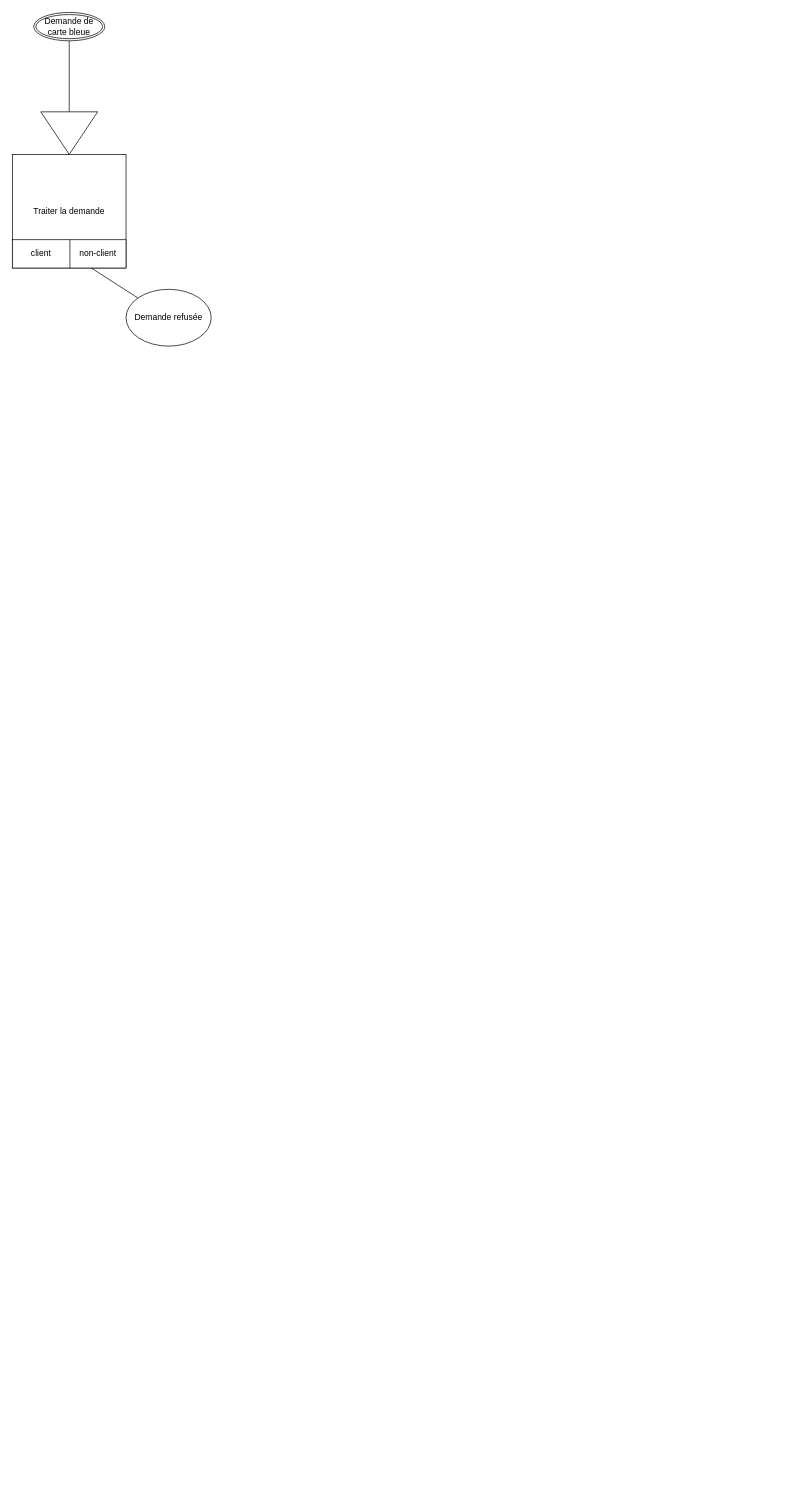
This is Untitled Diagram.drawio from anthony-tron/prod-appli-td1, a draw.io file, before an edit. Source tidied: cells renumbered, new cells numbered last; positions are measured from the earlier drawing's top-left corner, leaving out a move shared by most shapes. Both pictures are drawn from the tidied source at 71%, with x=0, y=0 at pixel (12, 12).
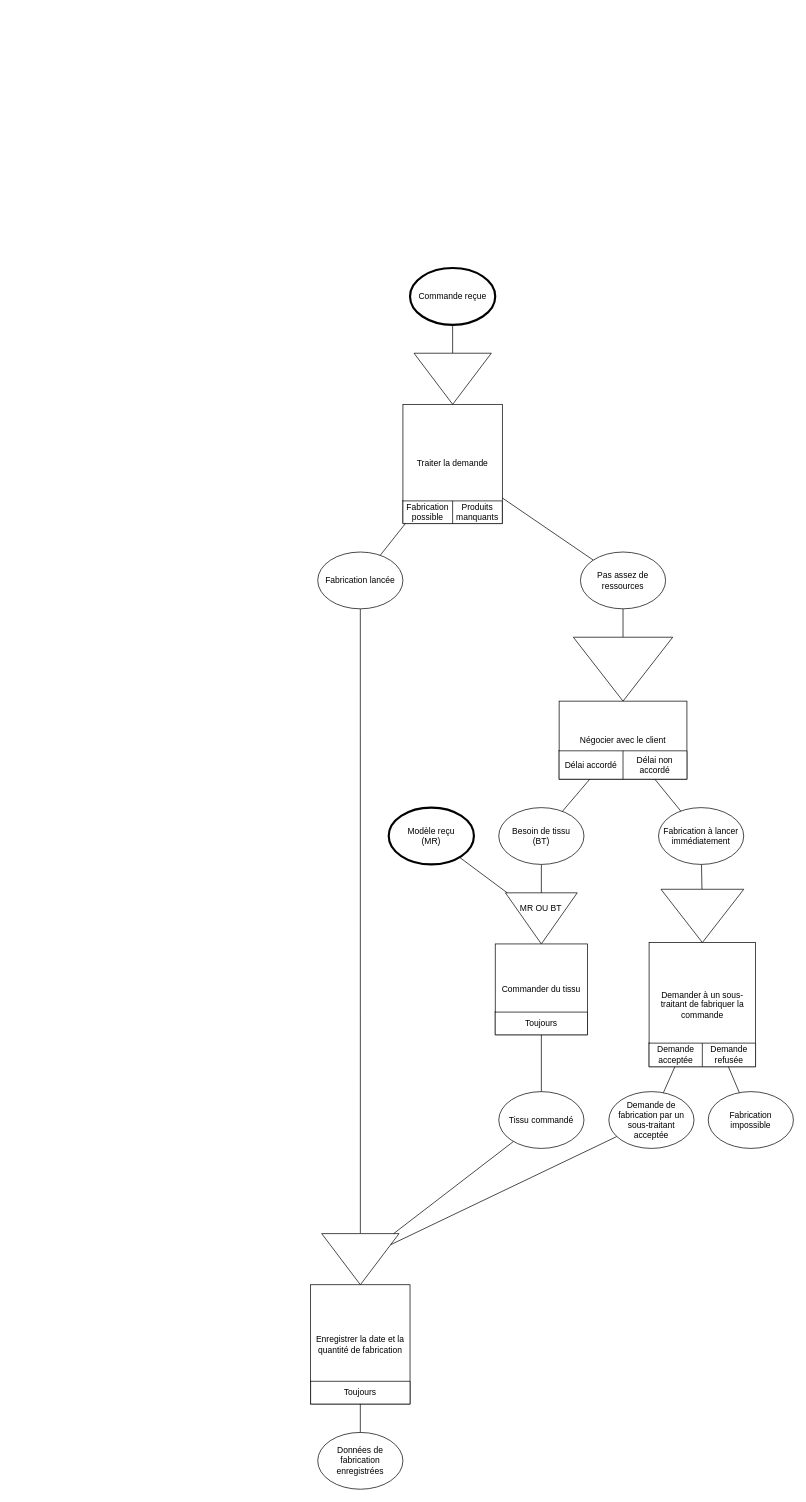
The same page after the edit.

Change to the diagram source:
```diff
@@
-    <mxCell id="2" style="edgeStyle=orthogonalEdgeStyle;rounded=0;jettySize=auto;html=1;endArrow=none;endFill=0;" parent="1" edge="1" source="3" target="6">
-      <mxGeometry relative="1" as="geometry" />
-    </mxCell>
-    <mxCell id="3" value="Demande de carte bleue" style="ellipse;shape=doubleEllipse;margin=3;whiteSpace=wrap;html=1;align=center;" parent="1" vertex="1">
-      <mxGeometry x="30" width="100" height="40" as="geometry" />
-    </mxCell>
-    <mxCell id="4" style="group;" parent="1" vertex="1">
-      <mxGeometry y="140" width="160" height="220" as="geometry" />
-    </mxCell>
+    <mxCell id="13" style="edgeStyle=none;rounded=0;jettySize=auto;html=1;endArrow=none;endFill=0;" parent="1" edge="1" source="31" target="16">
+      <mxGeometry relative="1" as="geometry" />
+    </mxCell>
+    <mxCell id="14" style="group;" parent="1" vertex="1">
+      <mxGeometry x="420" y="1720" width="140" height="240" as="geometry" />
+    </mxCell>
+    <mxCell id="15" value="Enregistrer la date et la quantité de fabrication" style="rounded=0;whiteSpace=wrap;html=1;" parent="14" vertex="1">
+      <mxGeometry y="72" width="140" height="168" as="geometry" />
+    </mxCell>
+    <mxCell id="16" style="triangle;whiteSpace=wrap;html=1;rotation=0;direction=south;" parent="14" vertex="1">
+      <mxGeometry x="15.6" width="108.9" height="72" as="geometry" />
+    </mxCell>
+    <mxCell id="17" style="shape=table;html=1;whiteSpace=wrap;startSize=0;childLayout=tableLayout;" parent="14" vertex="1">
+      <mxGeometry y="208" width="140" height="32" as="geometry" />
+    </mxCell>
+    <mxCell id="18" style="shape=partialRectangle;html=1;whiteSpace=wrap;fillColor=none;top=0;left=0;bottom=0;right=0;" parent="17" vertex="1">
+      <mxGeometry width="140" height="32" as="geometry" />
+    </mxCell>
+    <mxCell id="19" value="Toujours" style="shape=partialRectangle;html=1;whiteSpace=wrap;fillColor=none;top=0;left=0;bottom=0;right=0;overflow=hidden;" parent="18" vertex="1">
+      <mxGeometry width="140" height="32" as="geometry" />
+    </mxCell>
+    <mxCell id="20" value="Données de fabrication enregistrées" style="ellipse;whiteSpace=wrap;html=1;rounded=0;" parent="1" vertex="1">
+      <mxGeometry x="430" y="2000" width="120" height="80" as="geometry" />
+    </mxCell>
+    <mxCell id="21" style="edgeStyle=none;rounded=0;jettySize=auto;html=1;endArrow=none;endFill=0;" parent="1" edge="1" source="15" target="20">
+      <mxGeometry relative="1" as="geometry" />
+    </mxCell>
+    <mxCell id="22" style="edgeStyle=none;rounded=0;jettySize=auto;html=1;endArrow=none;endFill=0;" parent="1" edge="1" source="66" target="24">
+      <mxGeometry relative="1" as="geometry" />
+    </mxCell>
+    <mxCell id="23" style="group;" parent="1" vertex="1">
+      <mxGeometry x="550" y="480" width="140" height="240" as="geometry" />
+    </mxCell>
-    <mxCell id="5" value="Traiter la demande" style="whiteSpace=wrap;html=1;" parent="4" vertex="1">
-      <mxGeometry y="60" width="160" height="160" as="geometry" />
+    <mxCell id="5" value="Traiter la demande" style="rounded=0;whiteSpace=wrap;html=1;" parent="23" vertex="1">
+      <mxGeometry y="72" width="140" height="168" as="geometry" />
     </mxCell>
-    <mxCell id="6" style="triangle;whiteSpace=wrap;html=1;rotation=0;direction=south;" parent="4" vertex="1">
-      <mxGeometry x="40" width="80" height="60" as="geometry" />
-    </mxCell>
-    <mxCell id="7" style="shape=table;html=1;whiteSpace=wrap;startSize=0;childLayout=tableLayout;" parent="4" vertex="1">
-      <mxGeometry y="180" width="160" height="40" as="geometry" />
-    </mxCell>
-    <mxCell id="8" style="shape=partialRectangle;html=1;whiteSpace=wrap;fillColor=none;top=0;left=0;bottom=0;right=0;points=[[0,0.5],[1,0.5]];portConstraint=eastwest;" parent="7" vertex="1">
-      <mxGeometry width="160" height="40" as="geometry" />
-    </mxCell>
-    <mxCell id="9" value="client" style="shape=partialRectangle;html=1;whiteSpace=wrap;fillColor=none;top=0;left=0;bottom=0;right=0;overflow=hidden;" parent="8" vertex="1">
-      <mxGeometry width="81" height="40" as="geometry" />
-    </mxCell>
-    <mxCell id="10" value="non-client" style="shape=partialRectangle;html=1;whiteSpace=wrap;fillColor=none;top=0;left=0;bottom=0;right=0;overflow=hidden;" parent="8" vertex="1">
-      <mxGeometry x="81" width="79" height="40" as="geometry" />
-    </mxCell>
+    <mxCell id="24" style="triangle;whiteSpace=wrap;html=1;rotation=0;direction=south;" parent="23" vertex="1">
+      <mxGeometry x="15.6" width="108.9" height="72" as="geometry" />
+    </mxCell>
+    <mxCell id="25" style="shape=table;html=1;whiteSpace=wrap;startSize=0;childLayout=tableLayout;" parent="23" vertex="1">
+      <mxGeometry y="208" width="140" height="32" as="geometry" />
+    </mxCell>
+    <mxCell id="26" style="shape=partialRectangle;html=1;whiteSpace=wrap;fillColor=none;top=0;left=0;bottom=0;right=0;" parent="25" vertex="1">
+      <mxGeometry width="140" height="32" as="geometry" />
+    </mxCell>
+    <mxCell id="27" value="Fabrication possible" style="shape=partialRectangle;html=1;whiteSpace=wrap;fillColor=none;top=0;left=0;bottom=0;right=0;overflow=hidden;" parent="26" vertex="1">
+      <mxGeometry width="70" height="32" as="geometry" />
+    </mxCell>
+    <mxCell id="28" value="Produits manquants" style="shape=partialRectangle;html=1;whiteSpace=wrap;fillColor=none;top=0;left=0;bottom=0;right=0;overflow=hidden;" parent="26" vertex="1">
+      <mxGeometry x="70" width="70" height="32" as="geometry" />
+    </mxCell>
+    <mxCell id="29" style="edgeStyle=none;rounded=0;jettySize=auto;html=1;endArrow=none;endFill=0;" parent="1" edge="1" source="30" target="34">
+      <mxGeometry relative="1" as="geometry" />
+    </mxCell>
+    <mxCell id="30" value="Pas assez de ressources" style="ellipse;whiteSpace=wrap;html=1;" parent="1" vertex="1">
+      <mxGeometry x="800" y="760" width="120" height="80" as="geometry" />
+    </mxCell>
+    <mxCell id="31" value="Fabrication lancée" style="ellipse;whiteSpace=wrap;html=1;" parent="1" vertex="1">
+      <mxGeometry x="430" y="760" width="120" height="80" as="geometry" />
+    </mxCell>
+    <mxCell id="32" style="group;" parent="1" vertex="1">
+      <mxGeometry x="770" y="880" width="180" height="300" as="geometry" />
+    </mxCell>
+    <mxCell id="33" value="Négocier avec le client" style="rounded=0;whiteSpace=wrap;html=1;" parent="32" vertex="1">
+      <mxGeometry y="90" width="180" height="110" as="geometry" />
+    </mxCell>
+    <mxCell id="34" style="triangle;whiteSpace=wrap;html=1;rotation=0;direction=south;" parent="32" vertex="1">
+      <mxGeometry x="20" width="140" height="90" as="geometry" />
+    </mxCell>
+    <mxCell id="35" style="shape=table;html=1;whiteSpace=wrap;startSize=0;childLayout=tableLayout;" parent="32" vertex="1">
+      <mxGeometry y="160" width="180" height="40" as="geometry" />
+    </mxCell>
+    <mxCell id="36" style="shape=partialRectangle;html=1;whiteSpace=wrap;fillColor=none;top=0;left=0;bottom=0;right=0;" parent="35" vertex="1">
+      <mxGeometry width="180" height="40" as="geometry" />
+    </mxCell>
+    <mxCell id="37" value="Délai accordé" style="shape=partialRectangle;html=1;whiteSpace=wrap;fillColor=none;top=0;left=0;bottom=0;right=0;overflow=hidden;" parent="36" vertex="1">
+      <mxGeometry width="90" height="40" as="geometry" />
+    </mxCell>
+    <mxCell id="38" value="Délai non accordé" style="shape=partialRectangle;html=1;whiteSpace=wrap;fillColor=none;top=0;left=0;bottom=0;right=0;overflow=hidden;" parent="36" vertex="1">
+      <mxGeometry x="90" width="90" height="40" as="geometry" />
+    </mxCell>
+    <mxCell id="39" style="group;" parent="1" vertex="1">
+      <mxGeometry x="680" y="1240" width="130" height="240" as="geometry" />
+    </mxCell>
+    <mxCell id="40" value="Commander du tissu" style="rounded=0;whiteSpace=wrap;html=1;" parent="39" vertex="1">
+      <mxGeometry y="72" width="130" height="128" as="geometry" />
+    </mxCell>
+    <mxCell id="41" value="&lt;div&gt;MR OU BT&lt;/div&gt;&lt;div&gt;&lt;br&gt;&lt;/div&gt;&lt;div&gt;&lt;br&gt;&lt;/div&gt;" style="triangle;whiteSpace=wrap;html=1;rotation=0;direction=south;" parent="39" vertex="1">
+      <mxGeometry x="14.4" width="101.1" height="72" as="geometry" />
+    </mxCell>
+    <mxCell id="42" style="shape=table;html=1;whiteSpace=wrap;startSize=0;childLayout=tableLayout;" parent="39" vertex="1">
+      <mxGeometry y="168" width="130" height="32" as="geometry" />
+    </mxCell>
+    <mxCell id="43" style="shape=partialRectangle;html=1;whiteSpace=wrap;fillColor=none;top=0;left=0;bottom=0;right=0;" parent="42" vertex="1">
+      <mxGeometry width="130" height="32" as="geometry" />
+    </mxCell>
+    <mxCell id="44" value="Toujours" style="shape=partialRectangle;html=1;whiteSpace=wrap;fillColor=none;top=0;left=0;bottom=0;right=0;overflow=hidden;" parent="43" vertex="1">
+      <mxGeometry width="130" height="32" as="geometry" />
+    </mxCell>
+    <mxCell id="45" style="edgeStyle=none;rounded=0;jettySize=auto;html=1;endArrow=none;endFill=0;" parent="1" edge="1" source="46" target="16">
+      <mxGeometry relative="1" as="geometry" />
+    </mxCell>
+    <mxCell id="46" value="Tissu commandé" style="ellipse;whiteSpace=wrap;html=1;rounded=0;" parent="1" vertex="1">
+      <mxGeometry x="685" y="1520" width="120" height="80" as="geometry" />
+    </mxCell>
+    <mxCell id="47" style="edgeStyle=none;rounded=0;jettySize=auto;html=1;endArrow=none;endFill=0;" parent="1" edge="1" source="40" target="46">
+      <mxGeometry relative="1" as="geometry" />
+    </mxCell>
+    <mxCell id="48" style="edgeStyle=none;rounded=0;jettySize=auto;html=1;endArrow=none;endFill=0;" parent="1" edge="1" source="49" target="41">
+      <mxGeometry relative="1" as="geometry" />
+    </mxCell>
+    <mxCell id="49" value="&lt;div&gt;Besoin de tissu&lt;/div&gt;&lt;div&gt;(BT)&lt;br&gt;&lt;/div&gt;" style="ellipse;whiteSpace=wrap;html=1;rounded=0;" parent="1" vertex="1">
+      <mxGeometry x="685" y="1120" width="120" height="80" as="geometry" />
+    </mxCell>
+    <mxCell id="50" style="edgeStyle=none;rounded=0;jettySize=auto;html=1;endArrow=none;endFill=0;" parent="1" edge="1" source="33" target="49">
+      <mxGeometry relative="1" as="geometry" />
+    </mxCell>
+    <mxCell id="51" style="edgeStyle=none;rounded=0;jettySize=auto;html=1;endArrow=none;endFill=0;" parent="1" edge="1" source="52" target="56">
+      <mxGeometry relative="1" as="geometry" />
+    </mxCell>
+    <mxCell id="52" value="Fabrication à lancer immédiatement" style="ellipse;whiteSpace=wrap;html=1;" parent="1" vertex="1">
+      <mxGeometry x="910" y="1120" width="120" height="80" as="geometry" />
+    </mxCell>
+    <mxCell id="53" style="edgeStyle=none;rounded=0;jettySize=auto;html=1;endArrow=none;endFill=0;" parent="1" edge="1" source="33" target="52">
+      <mxGeometry relative="1" as="geometry" />
+    </mxCell>
+    <mxCell id="54" style="group;" parent="1" vertex="1">
+      <mxGeometry x="896.7" y="1235" width="150" height="250" as="geometry" />
+    </mxCell>
+    <mxCell id="55" value="Demander à un sous-traitant de fabriquer la commande" style="rounded=0;whiteSpace=wrap;html=1;" parent="54" vertex="1">
+      <mxGeometry y="75" width="150" height="175" as="geometry" />
+    </mxCell>
+    <mxCell id="56" style="triangle;whiteSpace=wrap;html=1;rotation=0;direction=south;" parent="54" vertex="1">
+      <mxGeometry x="16.7" width="116.7" height="75" as="geometry" />
+    </mxCell>
+    <mxCell id="57" style="shape=table;html=1;whiteSpace=wrap;startSize=0;childLayout=tableLayout;" parent="54" vertex="1">
+      <mxGeometry y="216.7" width="150" height="33.3" as="geometry" />
+    </mxCell>
+    <mxCell id="58" style="shape=partialRectangle;html=1;whiteSpace=wrap;fillColor=none;top=0;left=0;bottom=0;right=0;" parent="57" vertex="1">
+      <mxGeometry width="150" height="33" as="geometry" />
+    </mxCell>
+    <mxCell id="59" value="Demande acceptée" style="shape=partialRectangle;html=1;whiteSpace=wrap;fillColor=none;top=0;left=0;bottom=0;right=0;overflow=hidden;" parent="58" vertex="1">
+      <mxGeometry width="75" height="33" as="geometry" />
+    </mxCell>
-    <mxCell id="11" value="Demande refusée" style="ellipse;whiteSpace=wrap;html=1;" parent="1" vertex="1">
-      <mxGeometry x="160" y="390" width="120" height="80" as="geometry" />
+    <mxCell id="11" value="Demande refusée" style="shape=partialRectangle;html=1;whiteSpace=wrap;fillColor=none;top=0;left=0;bottom=0;right=0;overflow=hidden;" parent="58" vertex="1">
+      <mxGeometry x="75" width="75" height="33" as="geometry" />
     </mxCell>
-    <mxCell id="12" style="rounded=0;jettySize=auto;html=1;endArrow=none;endFill=0;" parent="1" edge="1" source="8" target="11">
-      <mxGeometry relative="1" as="geometry" />
-    </mxCell>
+    <mxCell id="60" style="edgeStyle=none;rounded=0;jettySize=auto;html=1;endArrow=none;endFill=0;" parent="1" edge="1" source="61" target="16">
+      <mxGeometry relative="1" as="geometry" />
+    </mxCell>
+    <mxCell id="61" value="Demande de fabrication par un sous-traitant acceptée" style="ellipse;whiteSpace=wrap;html=1;" parent="1" vertex="1">
+      <mxGeometry x="840" y="1520" width="120" height="80" as="geometry" />
+    </mxCell>
+    <mxCell id="62" value="Fabrication impossible" style="ellipse;whiteSpace=wrap;html=1;" parent="1" vertex="1">
+      <mxGeometry x="980" y="1520" width="120" height="80" as="geometry" />
+    </mxCell>
+    <mxCell id="63" style="edgeStyle=none;rounded=0;jettySize=auto;html=1;endArrow=none;endFill=0;" parent="1" edge="1" source="55" target="61">
+      <mxGeometry relative="1" as="geometry" />
+    </mxCell>
+    <mxCell id="64" style="edgeStyle=none;rounded=0;jettySize=auto;html=1;endArrow=none;endFill=0;" parent="1" edge="1" source="55" target="62">
+      <mxGeometry relative="1" as="geometry" />
+    </mxCell>
+    <mxCell id="65" style="edgeStyle=none;rounded=0;jettySize=auto;html=1;endArrow=none;endFill=0;" parent="1" edge="1" source="67" target="41">
+      <mxGeometry relative="1" as="geometry" />
+    </mxCell>
+    <mxCell id="66" value="Commande reçue" style="ellipse;whiteSpace=wrap;html=1;strokeWidth=3;gradientColor=none;" parent="1" vertex="1">
+      <mxGeometry x="560" y="360" width="120" height="80" as="geometry" />
+    </mxCell>
+    <mxCell id="67" value="Modèle reçu&lt;br&gt;(MR)" style="ellipse;whiteSpace=wrap;html=1;strokeWidth=3;gradientColor=none;" parent="1" vertex="1">
+      <mxGeometry x="530" y="1120" width="120" height="80" as="geometry" />
+    </mxCell>
+    <mxCell id="68" style="edgeStyle=none;rounded=0;jettySize=auto;html=1;endArrow=none;endFill=0;" parent="1" edge="1" source="5" target="31">
+      <mxGeometry relative="1" as="geometry" />
+    </mxCell>
+    <mxCell id="69" style="edgeStyle=none;rounded=0;jettySize=auto;html=1;endArrow=none;endFill=0;" parent="1" edge="1" source="5" target="30">
+      <mxGeometry relative="1" as="geometry" />
+    </mxCell>
```
